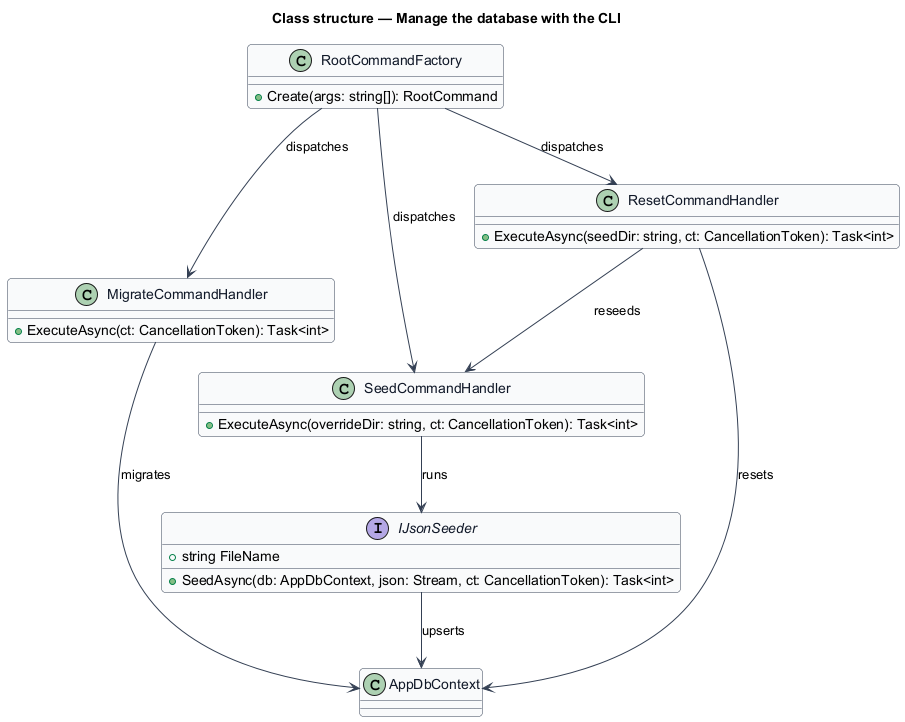
This is docs/detailed-designs/administration/manage-database-with-cli/diagrams/class-structure.png from QuinntyneBrown/saturdaze, a PlantUML export, as it was before one commit.
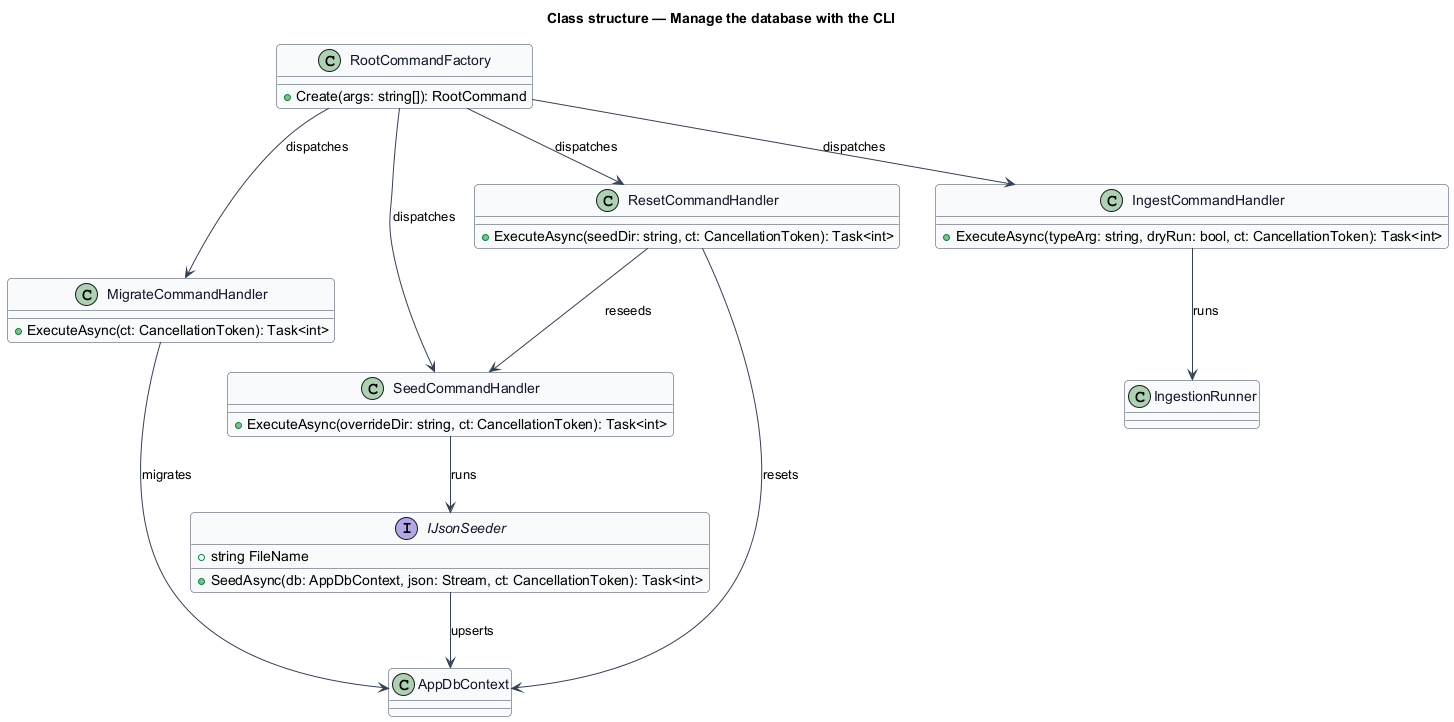
Above is the later version.

Diff of the diagram source:
```diff
@@ -36,4 +36,10 @@
 IJsonSeeder --> AppDbContext : upserts
 ResetCommandHandler --> AppDbContext : resets
 ResetCommandHandler --> SeedCommandHandler : reseeds
+class IngestCommandHandler {
+  +ExecuteAsync(typeArg: string, dryRun: bool, ct: CancellationToken): Task<int>
+}
+class IngestionRunner
+RootCommandFactory --> IngestCommandHandler : dispatches
+IngestCommandHandler --> IngestionRunner : runs
 @enduml
```
